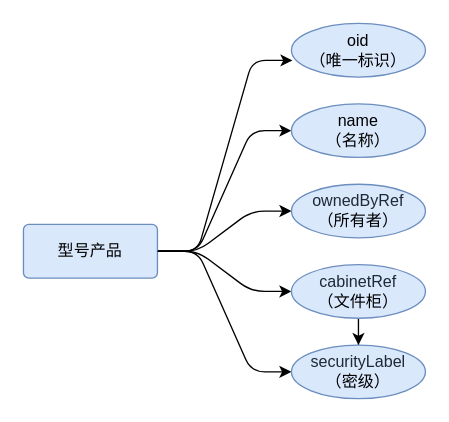
Before: 未命名绘图.drawio in ColinCongDu/chart, a draw.io diagram. Source tidied: cells renumbered, new cells numbered last; positions are measured from the earlier drawing's top-left corner, leaving out a move shared by most shapes. Both pictures are drawn from the tidied source at 134%, with x=0, y=0 at pixel (23, 23).
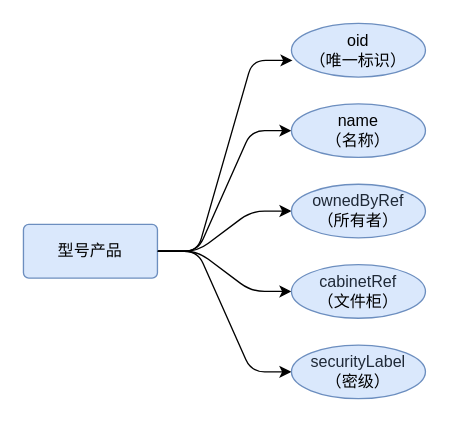
The same page after the edit.

Commit message (it also covers changes not shown here):
更新未命名绘图.drawio

What changed in the source:
```diff
@@
 <mxGraphModel>
   <root>
     <mxCell id="0" />
     <mxCell id="1" parent="0" />
     <mxCell id="2" style="edgeStyle=entityRelationEdgeStyle;rounded=1;jettySize=auto;html=1;entryX=0;entryY=0.5;entryDx=0;entryDy=0;strokeColor=default;align=center;verticalAlign=middle;fontFamily=Helvetica;fontSize=11;fontColor=default;labelBackgroundColor=default;endArrow=classic;curved=0;" parent="1" edge="1" source="6" target="8">
       <mxGeometry relative="1" as="geometry" />
     </mxCell>
     <mxCell id="3" style="edgeStyle=entityRelationEdgeStyle;rounded=1;jettySize=auto;html=1;curved=0;" parent="1" edge="1" source="6" target="11">
       <mxGeometry relative="1" as="geometry" />
     </mxCell>
     <mxCell id="4" style="edgeStyle=entityRelationEdgeStyle;rounded=1;jettySize=auto;html=1;entryX=0;entryY=0.5;entryDx=0;entryDy=0;strokeColor=default;align=center;verticalAlign=middle;fontFamily=Helvetica;fontSize=11;fontColor=default;labelBackgroundColor=default;endArrow=classic;" parent="1" edge="1" source="6" target="10">
       <mxGeometry relative="1" as="geometry" />
     </mxCell>
     <mxCell id="5" style="edgeStyle=entityRelationEdgeStyle;rounded=1;jettySize=auto;html=1;entryX=0;entryY=0.5;entryDx=0;entryDy=0;strokeColor=default;align=center;verticalAlign=middle;fontFamily=Helvetica;fontSize=11;fontColor=default;labelBackgroundColor=default;endArrow=classic;" parent="1" edge="1" source="6" target="12">
       <mxGeometry relative="1" as="geometry" />
     </mxCell>
     <mxCell id="6" value="型号产品" style="rounded=1;arcSize=10;whiteSpace=wrap;html=1;align=center;fillColor=#dae8fc;strokeColor=#6c8ebf;" parent="1" vertex="1">
       <mxGeometry y="150" width="100" height="40" as="geometry" />
     </mxCell>
     <mxCell id="7" value="oid&lt;br&gt;&lt;div&gt;（唯一标识）&lt;/div&gt;" style="ellipse;whiteSpace=wrap;html=1;align=center;fillColor=#dae8fc;strokeColor=#6c8ebf;" parent="1" vertex="1">
       <mxGeometry x="200" width="100" height="40" as="geometry" />
     </mxCell>
     <mxCell id="8" value="name&lt;br&gt;&lt;div&gt;（名称）&lt;/div&gt;" style="ellipse;whiteSpace=wrap;html=1;align=center;strokeColor=#6c8ebf;verticalAlign=middle;fontFamily=Helvetica;fontSize=12;fontColor=default;fillColor=#dae8fc;" parent="1" vertex="1">
       <mxGeometry x="200" y="60" width="100" height="40" as="geometry" />
     </mxCell>
-    <mxCell id="9" style="edgeStyle=orthogonalEdgeStyle;rounded=0;jettySize=auto;html=1;" parent="1" edge="1" source="10" target="12">
-      <mxGeometry relative="1" as="geometry" />
-    </mxCell>
     <mxCell id="10" value="&lt;span style=&quot;color: rgb(31, 41, 55); font-family: AlibabaPuHuiTi-3-55-Regular; text-align: left; text-wrap-mode: nowrap;&quot;&gt;cabinetRef&lt;/span&gt;&lt;br&gt;&lt;div&gt;（文件柜）&lt;/div&gt;" style="ellipse;whiteSpace=wrap;html=1;align=center;strokeColor=#6c8ebf;verticalAlign=middle;fontFamily=Helvetica;fontSize=12;fontColor=default;fillColor=#dae8fc;" parent="1" vertex="1">
       <mxGeometry x="200" y="180" width="100" height="40" as="geometry" />
     </mxCell>
     <mxCell id="11" value="&lt;span style=&quot;color: rgb(31, 41, 55); font-family: AlibabaPuHuiTi-3-55-Regular; text-align: left; text-wrap-mode: nowrap;&quot;&gt;ownedByRef&lt;/span&gt;&lt;span&gt;&lt;br&gt;&lt;/span&gt;&lt;div&gt;&lt;span&gt;（所有者&lt;/span&gt;&lt;span&gt;）&lt;/span&gt;&lt;/div&gt;" style="ellipse;whiteSpace=wrap;html=1;align=center;strokeColor=#6c8ebf;verticalAlign=middle;fontFamily=Helvetica;fontSize=12;fontColor=default;fillColor=#dae8fc;" parent="1" vertex="1">
       <mxGeometry x="200" y="120" width="100" height="40" as="geometry" />
     </mxCell>
     <mxCell id="12" value="&lt;span style=&quot;color: rgb(31, 41, 55); font-family: AlibabaPuHuiTi-3-55-Regular; text-align: left; text-wrap-mode: nowrap;&quot;&gt;securityLabel&lt;/span&gt;&lt;span&gt;&lt;br&gt;&lt;/span&gt;&lt;div&gt;（密级）&lt;/div&gt;" style="ellipse;whiteSpace=wrap;html=1;align=center;strokeColor=#6c8ebf;verticalAlign=middle;fontFamily=Helvetica;fontSize=12;fontColor=default;fillColor=#dae8fc;" parent="1" vertex="1">
       <mxGeometry x="200" y="240" width="100" height="40" as="geometry" />
     </mxCell>
     <mxCell id="13" style="edgeStyle=entityRelationEdgeStyle;rounded=1;jettySize=auto;html=1;entryX=0.008;entryY=0.69;entryDx=0;entryDy=0;entryPerimeter=0;curved=0;" parent="1" edge="1" source="6" target="7">
       <mxGeometry relative="1" as="geometry" />
     </mxCell>
   </root>
 </mxGraphModel>
```
